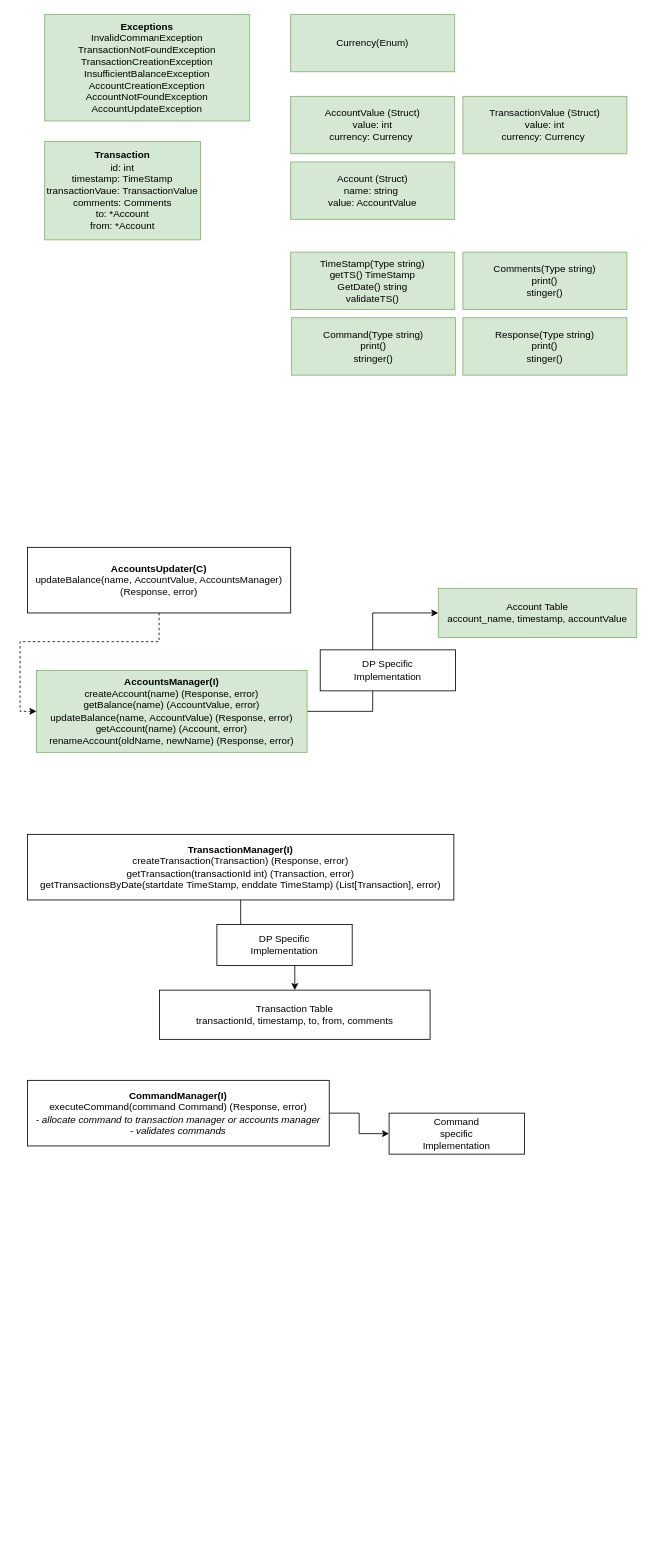
The draw.io diagram page "LLD" (2 of 3) of architecture/personal_finance_utility.drawio in pogo420/persofin, before the edit. Source tidied: cells renumbered, new cells numbered last; positions are measured from the earlier drawing's top-left corner, leaving out a move shared by most shapes. Both pictures are drawn from the tidied source at 82%, with x=0, y=0 at pixel (27, 14).
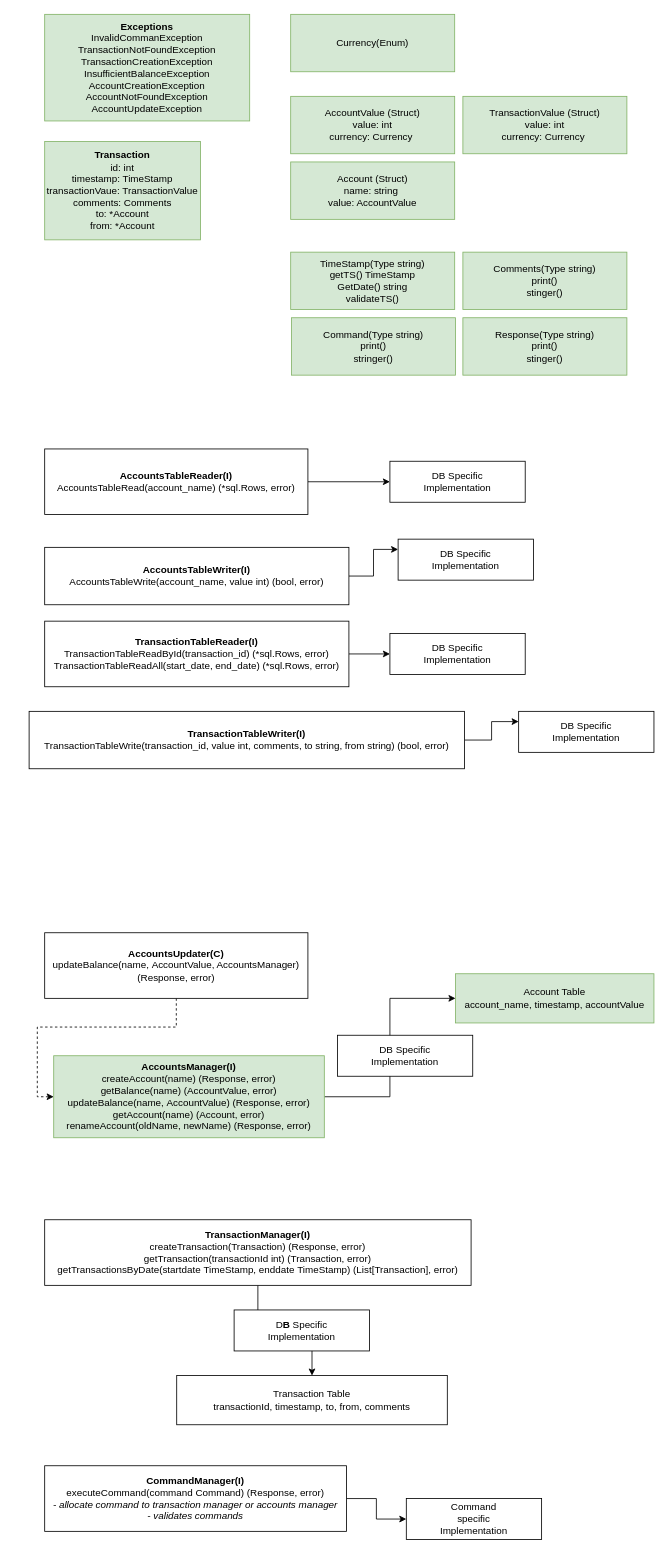
After the change.

Diff of the diagram source:
```diff
@@
     <mxCell id="7" value="&lt;b&gt;TransactionManager(I)&lt;br&gt;&lt;/b&gt;createTransaction(Transaction) (Response, error)&lt;br&gt;getTransaction(transactionId int) (Transaction, error)&lt;br&gt;getTransactionsByDate(startdate&amp;nbsp;TimeStamp, enddate&amp;nbsp;TimeStamp) (List[Transaction], error)" style="rounded=0;whiteSpace=wrap;html=1;" parent="1" vertex="1">
-      <mxGeometry y="1000" width="520" height="80" as="geometry" />
+      <mxGeometry x="21" y="1470" width="520" height="80" as="geometry" />
     </mxCell>
@@
     <mxCell id="9" value="&lt;b&gt;AccountsManager(I)&lt;br&gt;&lt;/b&gt;createAccount(name) (Response, error)&lt;br&gt;getBalance(name) (AccountValue, error)&lt;br&gt;updateBalance(name,&amp;nbsp;AccountValue) (Response, error)&lt;br&gt;getAccount(name) (Account, error)&lt;br&gt;renameAccount(oldName, newName) (Response, error)" style="rounded=0;whiteSpace=wrap;html=1;fillColor=#d5e8d4;strokeColor=#82b366;" parent="1" vertex="1">
-      <mxGeometry x="11" y="800" width="330" height="100" as="geometry" />
+      <mxGeometry x="32" y="1270" width="330" height="100" as="geometry" />
     </mxCell>
     <mxCell id="10" value="Account Table&lt;br&gt;account_name, timestamp, accountValue" style="rounded=0;whiteSpace=wrap;html=1;fillColor=#d5e8d4;strokeColor=#82b366;" parent="1" vertex="1">
-      <mxGeometry x="501" y="700" width="242" height="60" as="geometry" />
+      <mxGeometry x="522" y="1170" width="242" height="60" as="geometry" />
     </mxCell>
     <mxCell id="11" value="Transaction Table&lt;br&gt;transactionId, timestamp, to, from, comments" style="rounded=0;whiteSpace=wrap;html=1;" parent="1" vertex="1">
-      <mxGeometry x="161" y="1190" width="330" height="60" as="geometry" />
+      <mxGeometry x="182" y="1660" width="330" height="60" as="geometry" />
     </mxCell>
@@
     <mxCell id="16" value="&lt;b&gt;AccountsUpdater(C)&lt;/b&gt;&lt;br&gt;updateBalance(name,&amp;nbsp;AccountValue, AccountsManager) (Response, error)" style="rounded=0;whiteSpace=wrap;html=1;" parent="1" vertex="1">
-      <mxGeometry y="650" width="321" height="80" as="geometry" />
+      <mxGeometry x="21" y="1120" width="321" height="80" as="geometry" />
     </mxCell>
@@
     <mxCell id="18" value="&lt;b&gt;CommandManager(I)&lt;br&gt;&lt;/b&gt;executeCommand(command Command) (Response, error)&lt;br&gt;&lt;i&gt;- allocate command to transaction manager or accounts manager&lt;br&gt;- validates commands&lt;br&gt;&lt;/i&gt;" style="rounded=0;whiteSpace=wrap;html=1;" parent="1" vertex="1">
-      <mxGeometry y="1300" width="368" height="80" as="geometry" />
+      <mxGeometry x="21" y="1770" width="368" height="80" as="geometry" />
     </mxCell>
@@
-    <mxCell id="22" value="&lt;span style=&quot;font-weight: normal&quot;&gt;DP Specific &lt;br&gt;Implementation&lt;/span&gt;" style="rounded=0;whiteSpace=wrap;html=1;fontStyle=1;" parent="1" vertex="1">
-      <mxGeometry x="357" y="775" width="165" height="50" as="geometry" />
+    <mxCell id="22" value="&lt;span style=&quot;font-weight: normal&quot;&gt;DB Specific &lt;br&gt;Implementation&lt;/span&gt;" style="rounded=0;whiteSpace=wrap;html=1;fontStyle=1;" parent="1" vertex="1">
+      <mxGeometry x="378" y="1245" width="165" height="50" as="geometry" />
     </mxCell>
-    <mxCell id="23" value="DP Specific &lt;br&gt;Implementation" style="rounded=0;whiteSpace=wrap;html=1;" parent="1" vertex="1">
-      <mxGeometry x="231" y="1110" width="165" height="50" as="geometry" />
+    <mxCell id="23" value="D&lt;b&gt;B&lt;/b&gt; Specific &lt;br&gt;Implementation" style="rounded=0;whiteSpace=wrap;html=1;" parent="1" vertex="1">
+      <mxGeometry x="252" y="1580" width="165" height="50" as="geometry" />
     </mxCell>
     <mxCell id="24" value="Command&lt;br&gt;specific &lt;br&gt;Implementation" style="rounded=0;whiteSpace=wrap;html=1;" parent="1" vertex="1">
-      <mxGeometry x="441" y="1340" width="165" height="50" as="geometry" />
+      <mxGeometry x="462" y="1810" width="165" height="50" as="geometry" />
     </mxCell>
+    <mxCell id="25" style="edgeStyle=orthogonalEdgeStyle;rounded=0;jettySize=auto;html=1;exitX=1;exitY=0.5;exitDx=0;exitDy=0;" parent="1" edge="1" source="26" target="29">
+      <mxGeometry relative="1" as="geometry" />
+    </mxCell>
+    <mxCell id="26" value="&lt;b&gt;AccountsTableReader(I)&lt;br&gt;&lt;/b&gt;AccountsTableRead(account_name) (*sql.Rows, error)&lt;br&gt;" style="rounded=0;whiteSpace=wrap;html=1;" parent="1" vertex="1">
+      <mxGeometry x="21" y="530" width="321" height="80" as="geometry" />
+    </mxCell>
+    <mxCell id="27" style="edgeStyle=orthogonalEdgeStyle;rounded=0;jettySize=auto;html=1;entryX=0;entryY=0.25;entryDx=0;entryDy=0;" parent="1" edge="1" source="28" target="30">
+      <mxGeometry relative="1" as="geometry" />
+    </mxCell>
+    <mxCell id="28" value="&lt;b&gt;AccountsTableWriter(I)&lt;br&gt;&lt;/b&gt;AccountsTableWrite(account_name, value int) (bool, error)" style="rounded=0;whiteSpace=wrap;html=1;" parent="1" vertex="1">
+      <mxGeometry x="21" y="650" width="371" height="70" as="geometry" />
+    </mxCell>
+    <mxCell id="29" value="&lt;span style=&quot;font-weight: normal&quot;&gt;DB Specific &lt;br&gt;Implementation&lt;/span&gt;" style="rounded=0;whiteSpace=wrap;html=1;fontStyle=1;" parent="1" vertex="1">
+      <mxGeometry x="442" y="545" width="165" height="50" as="geometry" />
+    </mxCell>
+    <mxCell id="30" value="&lt;span style=&quot;font-weight: normal&quot;&gt;DB Specific &lt;br&gt;Implementation&lt;/span&gt;" style="rounded=0;whiteSpace=wrap;html=1;fontStyle=1;" parent="1" vertex="1">
+      <mxGeometry x="452" y="640" width="165" height="50" as="geometry" />
+    </mxCell>
+    <mxCell id="31" style="edgeStyle=orthogonalEdgeStyle;rounded=0;jettySize=auto;html=1;" parent="1" edge="1" source="32" target="35">
+      <mxGeometry relative="1" as="geometry" />
+    </mxCell>
+    <mxCell id="32" value="&lt;b&gt;TransactionTableReader(I)&lt;br&gt;&lt;/b&gt;TransactionTableReadById(transaction_id) (*sql.Rows, error)&lt;br&gt;TransactionTableReadAll(start_date, end_date) (*sql.Rows, error)" style="rounded=0;whiteSpace=wrap;html=1;" parent="1" vertex="1">
+      <mxGeometry x="21" y="740" width="371" height="80" as="geometry" />
+    </mxCell>
+    <mxCell id="33" style="edgeStyle=orthogonalEdgeStyle;rounded=0;jettySize=auto;html=1;entryX=0;entryY=0.25;entryDx=0;entryDy=0;" parent="1" edge="1" source="34" target="36">
+      <mxGeometry relative="1" as="geometry" />
+    </mxCell>
+    <mxCell id="34" value="&lt;b&gt;TransactionTableWriter(I)&lt;br&gt;&lt;/b&gt;TransactionTableWrite(transaction_id, value int, comments, to string, from string) (bool, error)" style="rounded=0;whiteSpace=wrap;html=1;" parent="1" vertex="1">
+      <mxGeometry x="2" y="850" width="531" height="70" as="geometry" />
+    </mxCell>
+    <mxCell id="35" value="&lt;span style=&quot;font-weight: normal&quot;&gt;DB Specific &lt;br&gt;Implementation&lt;/span&gt;" style="rounded=0;whiteSpace=wrap;html=1;fontStyle=1;" parent="1" vertex="1">
+      <mxGeometry x="442" y="755" width="165" height="50" as="geometry" />
+    </mxCell>
+    <mxCell id="36" value="&lt;span style=&quot;font-weight: normal&quot;&gt;DB Specific &lt;br&gt;Implementation&lt;/span&gt;" style="rounded=0;whiteSpace=wrap;html=1;fontStyle=1;" parent="1" vertex="1">
+      <mxGeometry x="599" y="850" width="165" height="50" as="geometry" />
+    </mxCell>
```
